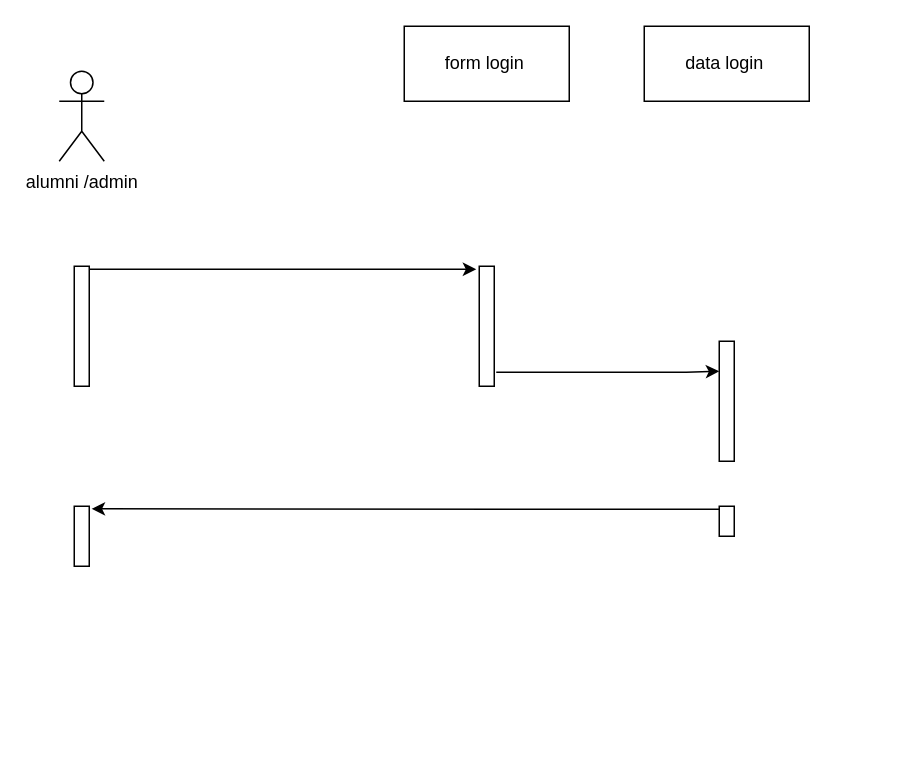
Earlier version of the draw.io diagram login Sequence   Diagram.drawio (ratihpn99/tokoonline). Source tidied: cells renumbered, new cells numbered last; positions are measured from the earlier drawing's top-left corner, leaving out a move shared by most shapes. Both pictures are drawn from the tidied source at 150%, with x=0, y=0 at pixel (58, 26).
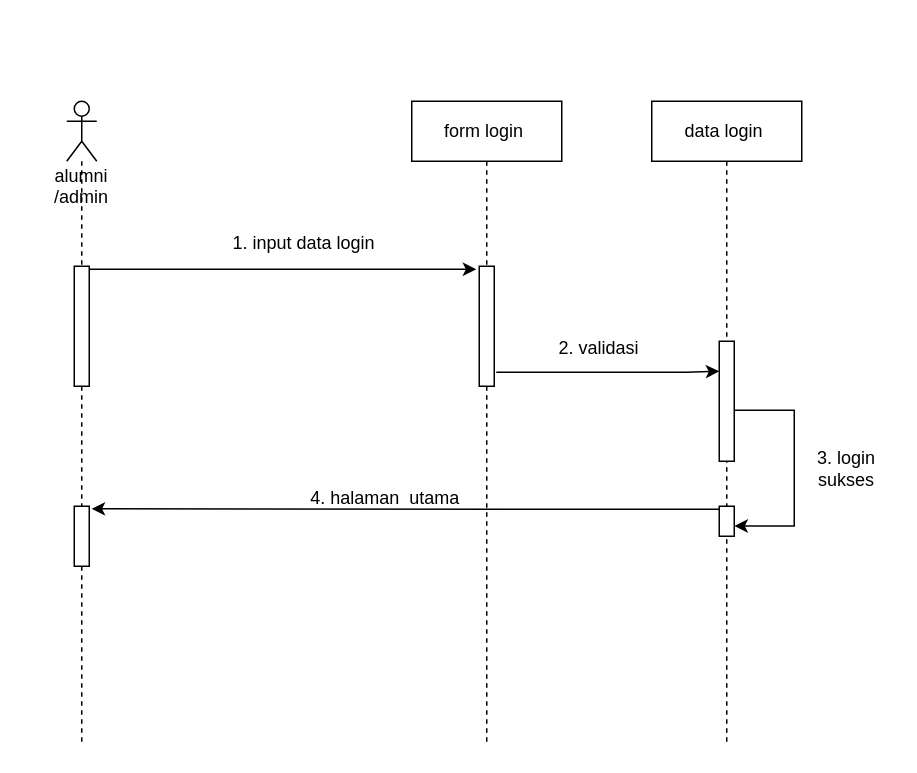
The same diagram, later.

Unchanged cells that the change refers to:
```xml
<mxCell id="12" style="html=1;points=[];perimeter=orthogonalPerimeter;" parent="1" vertex="1">
  <mxGeometry x="440" y="320" width="10" height="20" as="geometry" />
</mxCell>
```

The edit, as a diff of the source:
```diff
@@
+    <mxCell id="3" value="data login&amp;nbsp;" style="shape=umlLifeline;perimeter=lifelinePerimeter;whiteSpace=wrap;html=1;" parent="1" vertex="1">
+      <mxGeometry x="395" y="50" width="100" height="430" as="geometry" />
+    </mxCell>
-    <mxCell id="2" value="form login&amp;nbsp;" style="html=1;" parent="1" vertex="1">
-      <mxGeometry x="230" width="110" height="50" as="geometry" />
+    <mxCell id="2" value="form login&amp;nbsp;" style="shape=umlLifeline;perimeter=lifelinePerimeter;whiteSpace=wrap;html=1;" parent="1" vertex="1">
+      <mxGeometry x="235" y="50" width="100" height="430" as="geometry" />
     </mxCell>
-    <mxCell id="3" value="data login&amp;nbsp;" style="html=1;" parent="1" vertex="1">
-      <mxGeometry x="390" width="110" height="50" as="geometry" />
-    </mxCell>
+    <mxCell id="13" value="4. halaman&amp;nbsp; utama" style="text;html=1;strokeColor=none;fillColor=none;align=center;verticalAlign=middle;whiteSpace=wrap;rounded=0;" parent="2" vertex="1">
+      <mxGeometry x="-75" y="250" width="115" height="30" as="geometry" />
+    </mxCell>
+    <mxCell id="6" value="alumni /admin" style="shape=umlLifeline;participant=umlActor;perimeter=lifelinePerimeter;whiteSpace=wrap;html=1;verticalAlign=top;spacingTop=36;" parent="1" vertex="1">
+      <mxGeometry x="5" y="50" width="20" height="430" as="geometry" />
+    </mxCell>
@@
-    <mxCell id="6" value="alumni /admin" style="shape=umlActor;verticalLabelPosition=bottom;verticalAlign=top;html=1;" parent="1" vertex="1">
-      <mxGeometry y="30" width="30" height="60" as="geometry" />
-    </mxCell>
@@
+    <mxCell id="14" style="edgeStyle=orthogonalEdgeStyle;rounded=0;jettySize=auto;html=1;entryX=1.012;entryY=0.659;entryDx=0;entryDy=0;entryPerimeter=0;" parent="1" edge="1" target="12">
+      <mxGeometry relative="1" as="geometry">
+        <mxPoint x="450" y="256" as="sourcePoint" />
+        <Array as="points">
+          <mxPoint x="490" y="256" />
+          <mxPoint x="490" y="333" />
+        </Array>
+      </mxGeometry>
+    </mxCell>
@@
+    <mxCell id="15" value="1. input data login&amp;nbsp;" style="text;html=1;strokeColor=none;fillColor=none;align=center;verticalAlign=middle;whiteSpace=wrap;rounded=0;" parent="1" vertex="1">
+      <mxGeometry x="110" y="130" width="110" height="30" as="geometry" />
+    </mxCell>
+    <mxCell id="16" value="2. validasi" style="text;html=1;strokeColor=none;fillColor=none;align=center;verticalAlign=middle;whiteSpace=wrap;rounded=0;" parent="1" vertex="1">
+      <mxGeometry x="330" y="200" width="60" height="30" as="geometry" />
+    </mxCell>
+    <mxCell id="17" value="3. login sukses" style="text;html=1;strokeColor=none;fillColor=none;align=center;verticalAlign=middle;whiteSpace=wrap;rounded=0;" parent="1" vertex="1">
+      <mxGeometry x="495" y="280" width="60" height="30" as="geometry" />
+    </mxCell>
```
